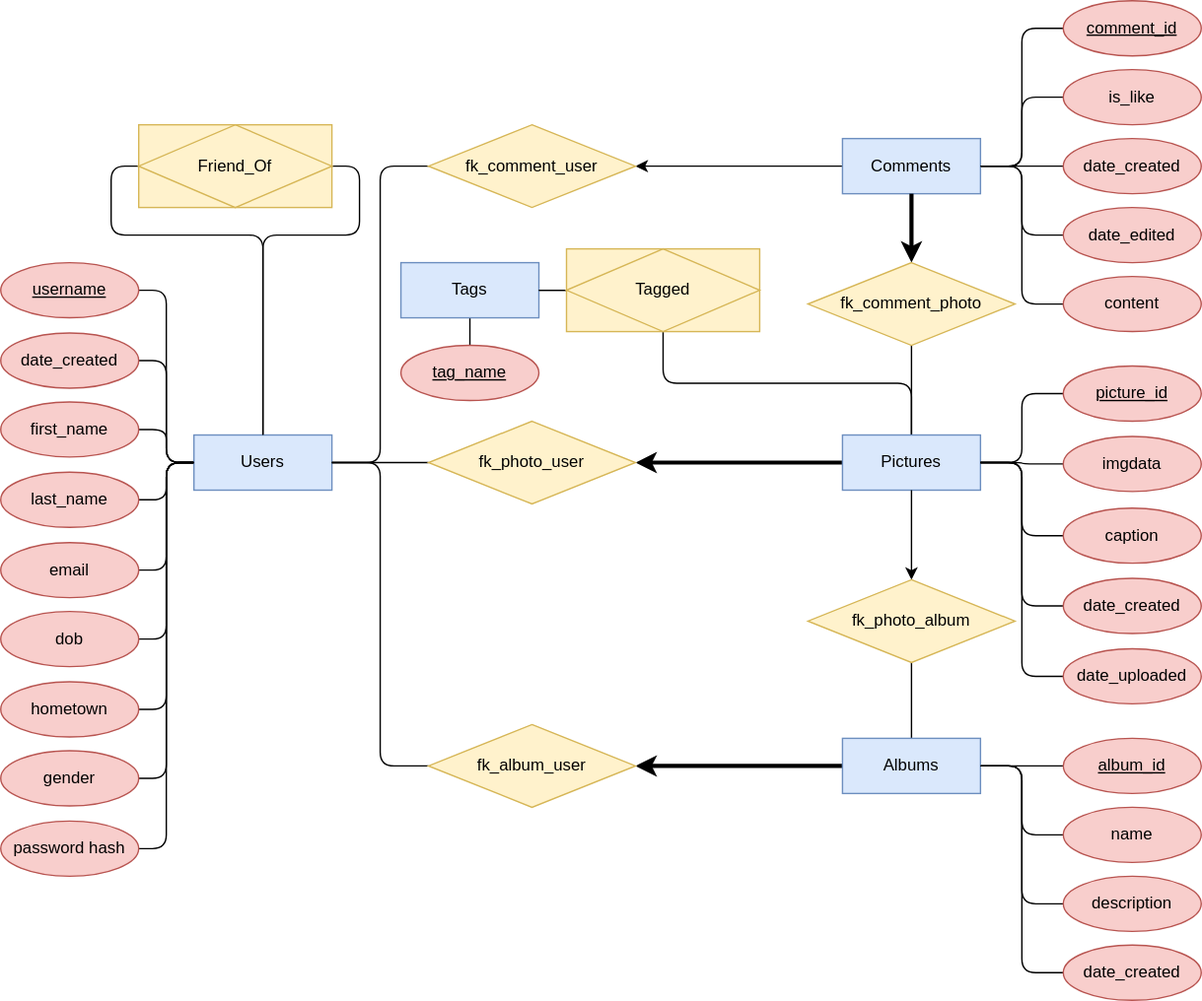
This is resources/ER.svg from eamonniknafs/photo-sharing-app, a draw.io export, as it was before one commit. Source tidied: cells renumbered, new cells last; positions are measured from the earlier drawing's top-left corner, leaving out a move shared by most shapes.
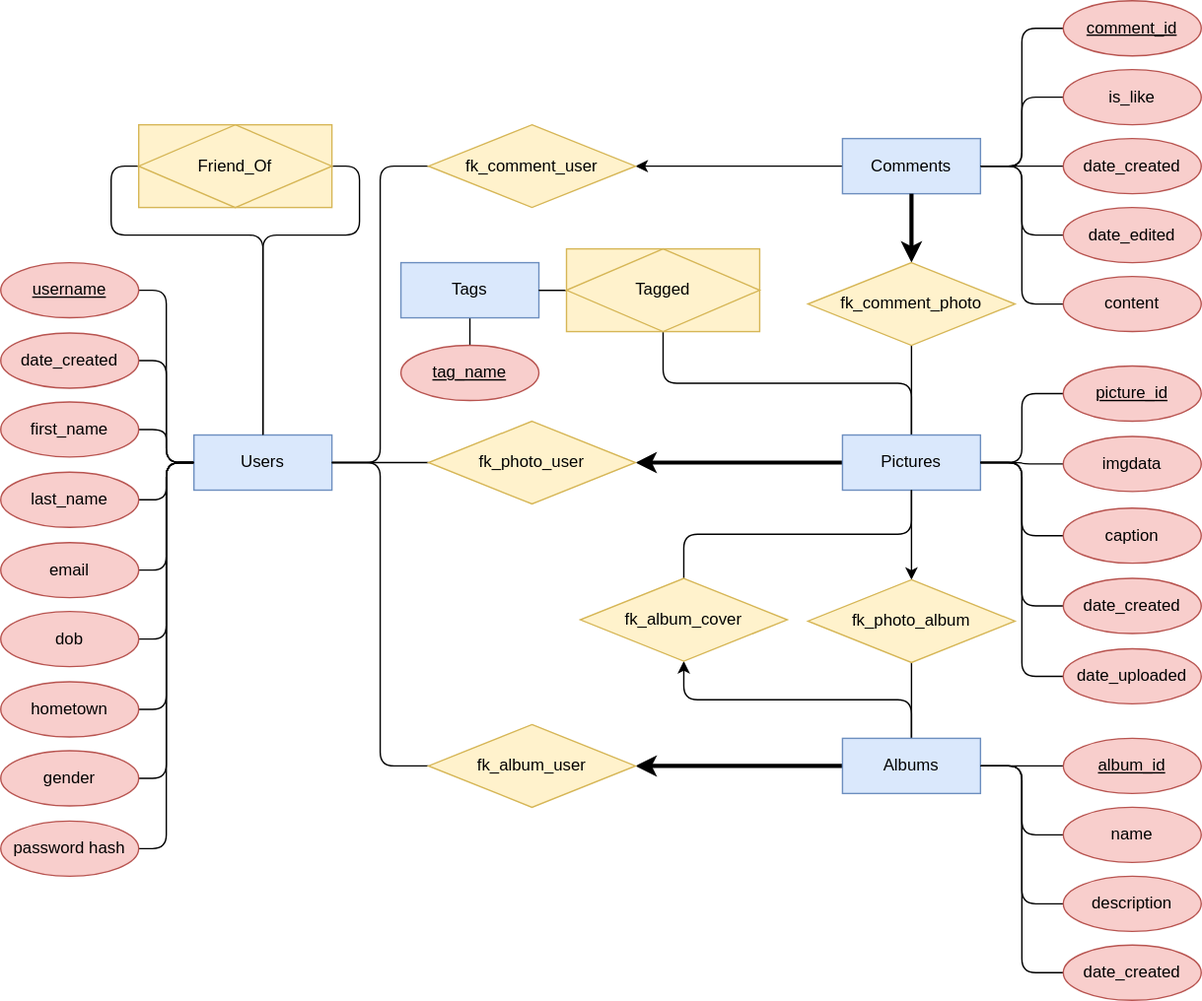
Above is the later version.

Commit message:
added back album cover

What changed in the source:
```diff
@@ -71,6 +71,9 @@
     <mxCell id="22" style="edgeStyle=orthogonalEdgeStyle;shape=connector;rounded=1;jettySize=auto;html=1;labelBackgroundColor=default;fontFamily=Helvetica;fontSize=12;fontColor=default;endArrow=none;endFill=0;strokeColor=default;strokeWidth=1;entryX=0.5;entryY=1;entryDx=0;entryDy=0;" parent="1" edge="1" source="23" target="76">
       <mxGeometry relative="1" as="geometry" />
     </mxCell>
+    <mxCell id="77" style="edgeStyle=orthogonalEdgeStyle;rounded=1;jettySize=auto;html=1;exitX=0.5;exitY=0;exitDx=0;exitDy=0;entryX=0.5;entryY=1;entryDx=0;entryDy=0;startArrow=none;startFill=0;endArrow=classic;endFill=1;" parent="1" edge="1" source="23" target="79">
+      <mxGeometry relative="1" as="geometry" />
+    </mxCell>
     <mxCell id="23" value="Albums" style="whiteSpace=wrap;html=1;align=center;fillColor=#dae8fc;strokeColor=#6c8ebf;" parent="1" vertex="1">
       <mxGeometry x="610" y="535" width="100" height="40" as="geometry" />
     </mxCell>
@@ -240,5 +243,11 @@
     <mxCell id="76" value="fk_photo_album" style="shape=rhombus;perimeter=rhombusPerimeter;whiteSpace=wrap;html=1;align=center;fontFamily=Helvetica;fontSize=12;strokeColor=#d6b656;fillColor=#fff2cc;" parent="1" vertex="1">
       <mxGeometry x="585" y="420" width="150" height="60" as="geometry" />
     </mxCell>
+    <mxCell id="78" style="edgeStyle=orthogonalEdgeStyle;rounded=1;jettySize=auto;html=1;exitX=0.5;exitY=0;exitDx=0;exitDy=0;entryX=0.5;entryY=1;entryDx=0;entryDy=0;startArrow=none;startFill=0;endArrow=none;endFill=0;" parent="1" edge="1" source="79" target="13">
+      <mxGeometry relative="1" as="geometry" />
+    </mxCell>
+    <mxCell id="79" value="fk_album_cover" style="shape=rhombus;perimeter=rhombusPerimeter;whiteSpace=wrap;html=1;align=center;fontFamily=Helvetica;fontSize=12;strokeColor=#d6b656;fillColor=#fff2cc;" parent="1" vertex="1">
+      <mxGeometry x="420" y="419" width="150" height="60" as="geometry" />
+    </mxCell>
   </root>
 </mxGraphModel>
```
